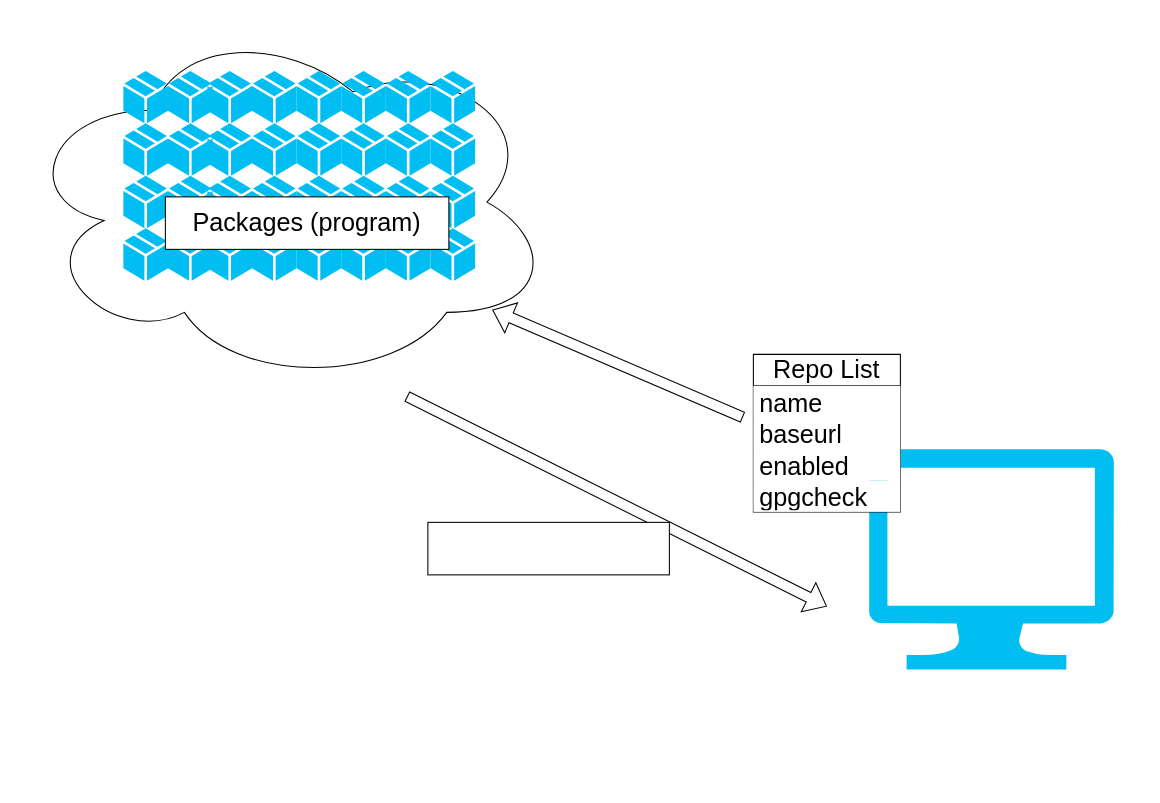
Before: repository_server.drawio in yokikim/Report-resource-linux, a draw.io diagram. Source tidied: cells renumbered, new cells numbered last; positions are measured from the earlier drawing's top-left corner, leaving out a move shared by most shapes. Both pictures are drawn from the tidied source at 105%, with x=0, y=0 at pixel (18, 18).
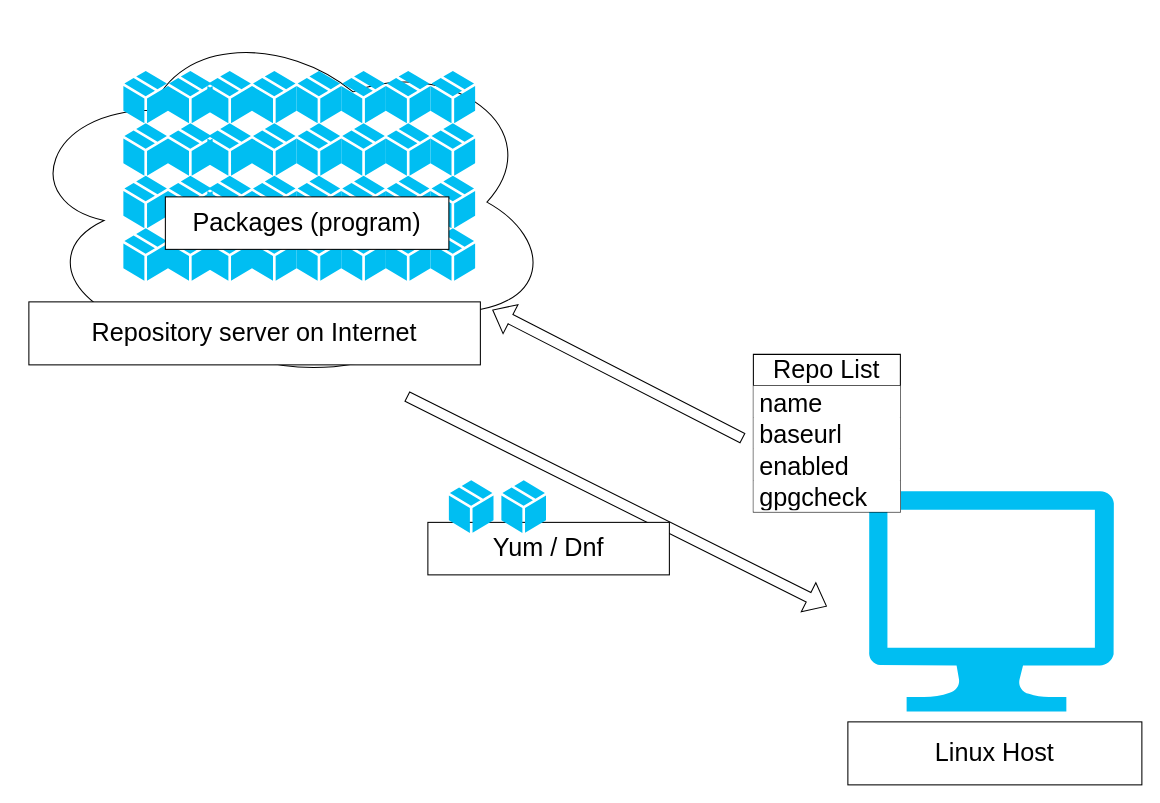
The same diagram, later.

The change refers to these unchanged cells:
```xml
<mxCell id="2" style="ellipse;shape=cloud;whiteSpace=wrap;html=1;" parent="1" vertex="1">
  <mxGeometry width="510" height="350" as="geometry" />
</mxCell>
```

The edit, as a diff of the source:
```diff
@@
-    <mxCell id="42" style="shape=flexArrow;endArrow=classic;html=1;rounded=0;fontSize=24;entryX=0.885;entryY=0.793;entryDx=0;entryDy=0;entryPerimeter=0;" parent="3" edge="1" target="2">
+    <mxCell id="42" style="shape=flexArrow;endArrow=classic;html=1;rounded=0;fontSize=24;entryX=0.885;entryY=0.793;entryDx=0;entryDy=0;entryPerimeter=0;fillColor=default;" parent="3" edge="1" target="2">
       <mxGeometry relative="1" as="geometry">
-        <mxPoint x="690" y="380" as="sourcePoint" />
+        <mxPoint x="690" y="400" as="sourcePoint" />
       </mxGeometry>
     </mxCell>
     <mxCell id="43" style="verticalLabelPosition=bottom;html=1;verticalAlign=top;align=center;strokeColor=none;fillColor=#00BEF2;shape=mxgraph.azure.computer;fontSize=24;" parent="3" vertex="1">
-      <mxGeometry x="810" y="410" width="233.3" height="210" as="geometry" />
+      <mxGeometry x="810" y="450" width="233.3" height="210" as="geometry" />
     </mxCell>
@@
-    <mxCell id="49" style="shape=flexArrow;endArrow=classic;html=1;rounded=0;fontSize=24;" parent="3" edge="1">
+    <mxCell id="49" style="shape=flexArrow;endArrow=classic;html=1;rounded=0;fontSize=24;fillColor=default;" parent="3" edge="1">
       <mxGeometry relative="1" as="geometry">
         <mxPoint x="370" y="360" as="sourcePoint" />
         <mxPoint x="770" y="560" as="targetPoint" />
       </mxGeometry>
     </mxCell>
-    <mxCell id="50" style="rounded=0;whiteSpace=wrap;html=1;glass=0;strokeColor=default;fontSize=24;fillColor=default;" parent="3" vertex="1">
+    <mxCell id="50" value="Yum / Dnf" style="rounded=0;whiteSpace=wrap;html=1;glass=0;strokeColor=default;fontSize=24;fillColor=default;" parent="3" vertex="1">
       <mxGeometry x="390" y="480" width="230" height="50" as="geometry" />
     </mxCell>
+    <mxCell id="51" style="verticalLabelPosition=bottom;html=1;verticalAlign=top;align=center;strokeColor=none;fillColor=#00BEF2;shape=mxgraph.azure.cloud_service_package_file;glass=0;fontSize=24;" parent="3" vertex="1">
+      <mxGeometry x="410" y="440" width="42.5" height="50" as="geometry" />
+    </mxCell>
+    <mxCell id="52" style="verticalLabelPosition=bottom;html=1;verticalAlign=top;align=center;strokeColor=none;fillColor=#00BEF2;shape=mxgraph.azure.cloud_service_package_file;glass=0;fontSize=24;" parent="3" vertex="1">
+      <mxGeometry x="460" y="440" width="42.5" height="50" as="geometry" />
+    </mxCell>
+    <mxCell id="53" value="Linux Host" style="rounded=0;whiteSpace=wrap;html=1;glass=0;strokeColor=default;fontSize=24;fillColor=default;" parent="3" vertex="1">
+      <mxGeometry x="790" y="670" width="280" height="60" as="geometry" />
+    </mxCell>
+    <mxCell id="54" value="Repository server on Internet" style="rounded=0;whiteSpace=wrap;html=1;glass=0;strokeColor=default;fontSize=24;fillColor=default;" parent="3" vertex="1">
+      <mxGeometry x="10" y="270" width="430" height="60" as="geometry" />
+    </mxCell>
```
